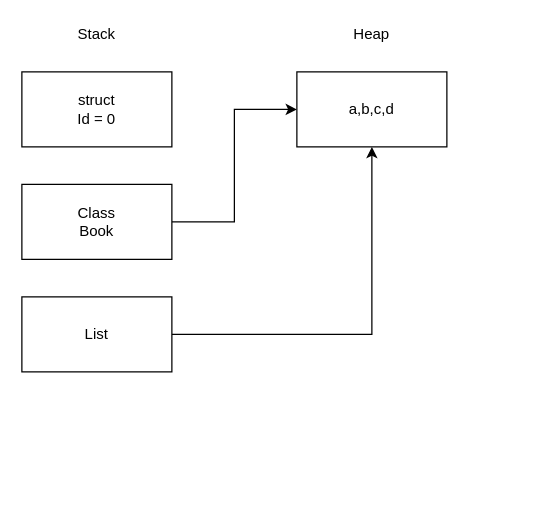
zcomert/BtkAkademiDotNetBootCamp keeps this draw.io diagram as page "day-06-oop" (7 of 8) of day-07/draw.drawio. Above is the earlier version. Source tidied: cells renumbered, new cells numbered last; positions are measured from the earlier drawing's top-left corner, leaving out a move shared by most shapes. Both pictures are drawn from the tidied source at 125%, with x=0, y=0 at pixel (21, 21).
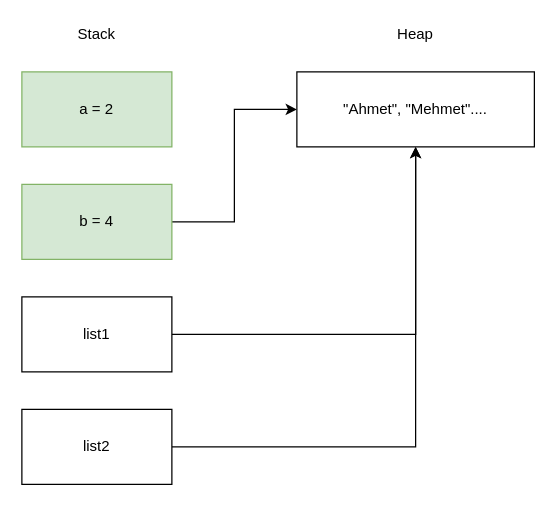
After the change.

What changed in the source:
```diff
@@
 <mxGraphModel>
   <root>
     <mxCell id="0" />
     <mxCell id="1" parent="0" />
     <mxCell id="2" value="Heap" style="text;html=1;strokeColor=none;fillColor=none;align=center;verticalAlign=middle;whiteSpace=wrap;rounded=0;" parent="1" vertex="1">
-      <mxGeometry x="260" width="40" height="20" as="geometry" />
+      <mxGeometry x="220" width="190" height="20" as="geometry" />
     </mxCell>
     <mxCell id="3" value="Stack" style="text;html=1;strokeColor=none;fillColor=none;align=center;verticalAlign=middle;whiteSpace=wrap;rounded=0;" parent="1" vertex="1">
-      <mxGeometry x="40" width="40" height="20" as="geometry" />
+      <mxGeometry width="120" height="20" as="geometry" />
     </mxCell>
-    <mxCell id="4" value="struct&lt;br&gt;Id = 0" style="rounded=0;whiteSpace=wrap;html=1;" parent="1" vertex="1">
+    <mxCell id="4" value="a = 2" style="rounded=0;whiteSpace=wrap;html=1;fillColor=#d5e8d4;strokeColor=#82b366;" parent="1" vertex="1">
       <mxGeometry y="40" width="120" height="60" as="geometry" />
     </mxCell>
     <mxCell id="5" style="edgeStyle=orthogonalEdgeStyle;rounded=0;jettySize=auto;html=1;entryX=0;entryY=0.5;entryDx=0;entryDy=0;" parent="1" edge="1" source="6" target="7">
       <mxGeometry relative="1" as="geometry" />
     </mxCell>
-    <mxCell id="6" value="Class&lt;br&gt;Book" style="rounded=0;whiteSpace=wrap;html=1;" parent="1" vertex="1">
+    <mxCell id="6" value="b = 4" style="rounded=0;whiteSpace=wrap;html=1;fillColor=#d5e8d4;strokeColor=#82b366;" parent="1" vertex="1">
       <mxGeometry y="130" width="120" height="60" as="geometry" />
     </mxCell>
-    <mxCell id="7" value="a,b,c,d" style="rounded=0;whiteSpace=wrap;html=1;" parent="1" vertex="1">
-      <mxGeometry x="220" y="40" width="120" height="60" as="geometry" />
+    <mxCell id="7" value="&quot;Ahmet&quot;, &quot;Mehmet&quot;...." style="rounded=0;whiteSpace=wrap;html=1;" parent="1" vertex="1">
+      <mxGeometry x="220" y="40" width="190" height="60" as="geometry" />
     </mxCell>
     <mxCell id="8" style="edgeStyle=orthogonalEdgeStyle;rounded=0;jettySize=auto;html=1;entryX=0.5;entryY=1;entryDx=0;entryDy=0;" parent="1" edge="1" source="9" target="7">
       <mxGeometry relative="1" as="geometry" />
     </mxCell>
-    <mxCell id="9" value="List" style="rounded=0;whiteSpace=wrap;html=1;" parent="1" vertex="1">
+    <mxCell id="9" value="list1" style="rounded=0;whiteSpace=wrap;html=1;" parent="1" vertex="1">
       <mxGeometry y="220" width="120" height="60" as="geometry" />
     </mxCell>
+    <mxCell id="10" style="edgeStyle=orthogonalEdgeStyle;rounded=0;jettySize=auto;html=1;entryX=0.5;entryY=1;entryDx=0;entryDy=0;" parent="1" edge="1" source="11" target="7">
+      <mxGeometry relative="1" as="geometry" />
+    </mxCell>
+    <mxCell id="11" value="list2" style="rounded=0;whiteSpace=wrap;html=1;" parent="1" vertex="1">
+      <mxGeometry y="310" width="120" height="60" as="geometry" />
+    </mxCell>
   </root>
 </mxGraphModel>
```
